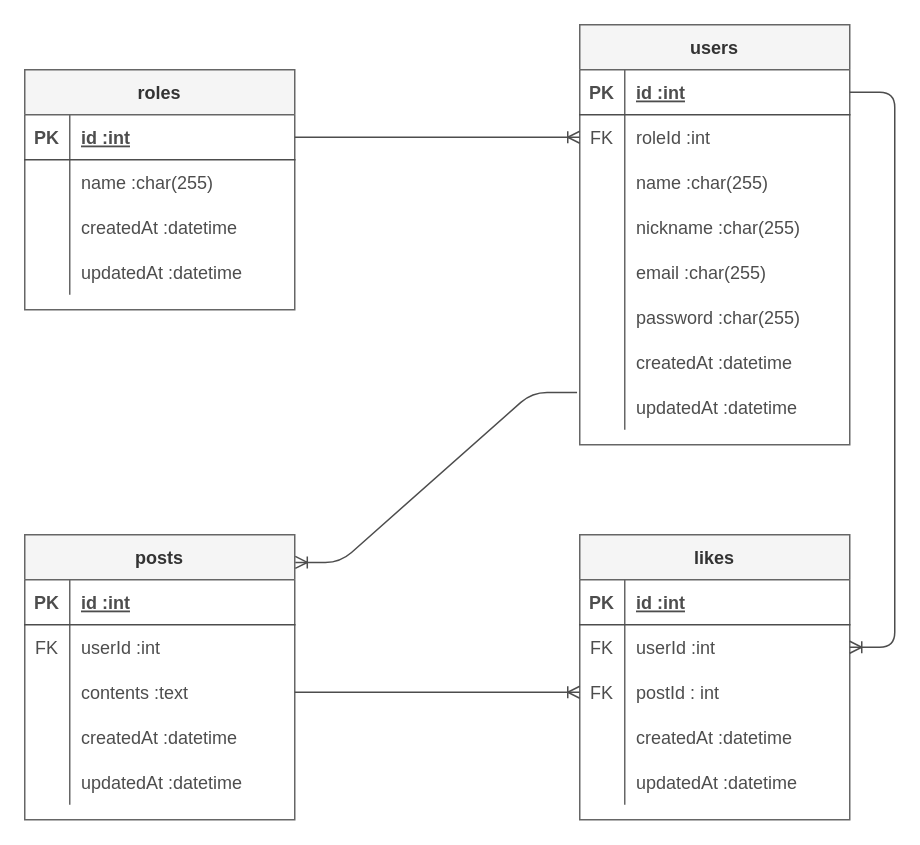
Before: er.dio in Akihito-Iwasawa/nestjs-app, a draw.io diagram. Source tidied: cells renumbered, new cells numbered last; positions are measured from the earlier drawing's top-left corner, leaving out a move shared by most shapes. Both pictures are drawn from the tidied source at 150%, with x=0, y=0 at pixel (24, 24).
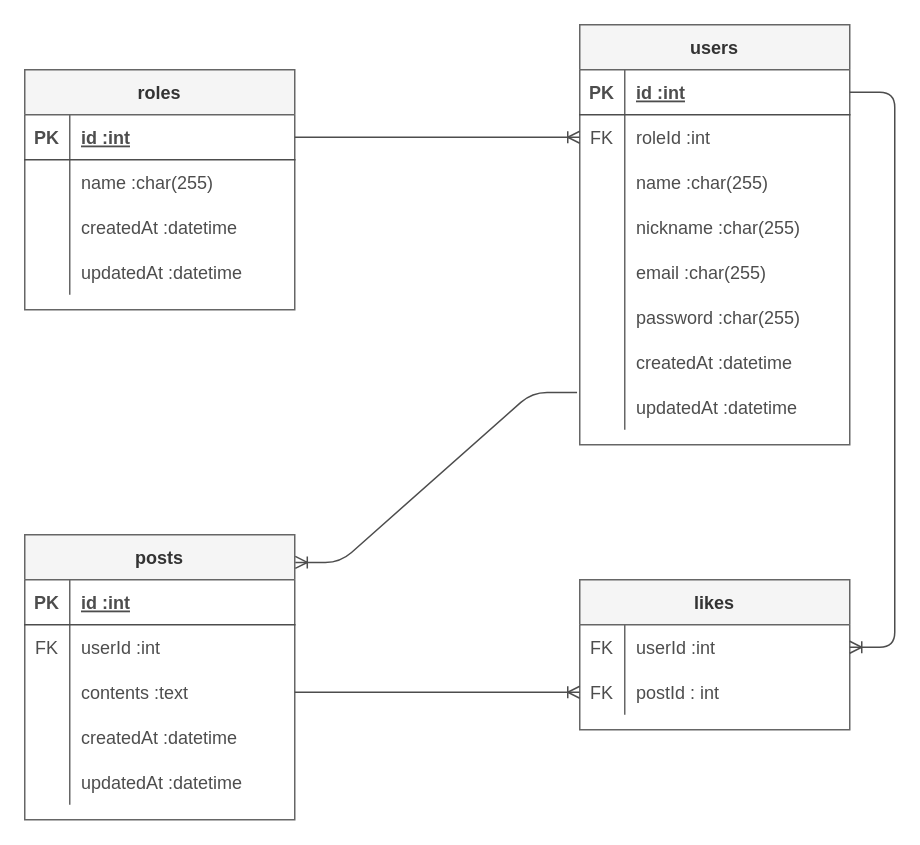
The same page after the edit.

Diff of the diagram source:
```diff
@@
     <mxCell id="56" value="likes" style="shape=table;startSize=30;childLayout=tableLayout;rowLines=0;fontStyle=1;align=center;fontColor=#333333;strokeColor=#666666;fillColor=#f5f5f5;" parent="1" vertex="1">
-      <mxGeometry x="370" y="340" width="180" height="190" as="geometry" />
+      <mxGeometry x="370" y="370" width="180" height="100" as="geometry" />
     </mxCell>
-    <mxCell id="57" style="shape=partialRectangle;fillColor=none;top=0;left=0;bottom=1;right=0;fontColor=#4D4D4D;strokeColor=#4D4D4D;" parent="56" vertex="1">
-      <mxGeometry y="30" width="180" height="30" as="geometry" />
-    </mxCell>
-    <mxCell id="58" value="PK" style="shape=partialRectangle;fillColor=none;top=0;left=0;bottom=0;right=0;fontStyle=1;overflow=hidden;fontColor=#4D4D4D;strokeColor=#4D4D4D;" parent="57" vertex="1">
-      <mxGeometry width="30" height="30" as="geometry" />
-    </mxCell>
-    <mxCell id="59" value="id :int" style="shape=partialRectangle;fillColor=none;top=0;left=0;bottom=0;right=0;align=left;spacingLeft=6;fontStyle=5;overflow=hidden;fontColor=#4D4D4D;strokeColor=#4D4D4D;" parent="57" vertex="1">
-      <mxGeometry x="30" width="150" height="30" as="geometry" />
-    </mxCell>
     <mxCell id="60" style="shape=partialRectangle;fillColor=none;top=0;left=0;bottom=0;right=0;points=[[0,0.5],[1,0.5]];portConstraint=eastwest;fontColor=#4D4D4D;strokeColor=#4D4D4D;" parent="56" vertex="1">
-      <mxGeometry y="60" width="180" height="30" as="geometry" />
+      <mxGeometry y="30" width="180" height="30" as="geometry" />
     </mxCell>
@@
     <mxCell id="63" style="shape=partialRectangle;fillColor=none;top=0;left=0;bottom=0;right=0;points=[[0,0.5],[1,0.5]];portConstraint=eastwest;fontColor=#4D4D4D;strokeColor=#4D4D4D;" parent="56" vertex="1">
-      <mxGeometry y="90" width="180" height="30" as="geometry" />
+      <mxGeometry y="60" width="180" height="30" as="geometry" />
     </mxCell>
@@
-    <mxCell id="66" style="shape=partialRectangle;fillColor=none;top=0;left=0;bottom=0;right=0;fontColor=#4D4D4D;strokeColor=#4D4D4D;" parent="56" vertex="1">
-      <mxGeometry y="120" width="180" height="30" as="geometry" />
-    </mxCell>
-    <mxCell id="67" style="shape=partialRectangle;fillColor=none;top=0;left=0;bottom=0;right=0;overflow=hidden;fontColor=#4D4D4D;strokeColor=#4D4D4D;" parent="66" vertex="1">
-      <mxGeometry width="30" height="30" as="geometry" />
-    </mxCell>
-    <mxCell id="68" value="createdAt :datetime" style="shape=partialRectangle;fillColor=none;top=0;left=0;bottom=0;right=0;align=left;spacingLeft=6;overflow=hidden;fontColor=#4D4D4D;strokeColor=#4D4D4D;" parent="66" vertex="1">
-      <mxGeometry x="30" width="150" height="30" as="geometry" />
-    </mxCell>
-    <mxCell id="69" style="shape=partialRectangle;fillColor=none;top=0;left=0;bottom=0;right=0;fontColor=#4D4D4D;strokeColor=#4D4D4D;" parent="56" vertex="1">
-      <mxGeometry y="150" width="180" height="30" as="geometry" />
-    </mxCell>
-    <mxCell id="70" style="shape=partialRectangle;fillColor=none;top=0;left=0;bottom=0;right=0;overflow=hidden;fontColor=#4D4D4D;strokeColor=#4D4D4D;" parent="69" vertex="1">
-      <mxGeometry width="30" height="30" as="geometry" />
-    </mxCell>
-    <mxCell id="71" value="updatedAt :datetime" style="shape=partialRectangle;fillColor=none;top=0;left=0;bottom=0;right=0;align=left;spacingLeft=6;overflow=hidden;fontColor=#4D4D4D;strokeColor=#4D4D4D;" parent="69" vertex="1">
-      <mxGeometry x="30" width="150" height="30" as="geometry" />
-    </mxCell>
```
